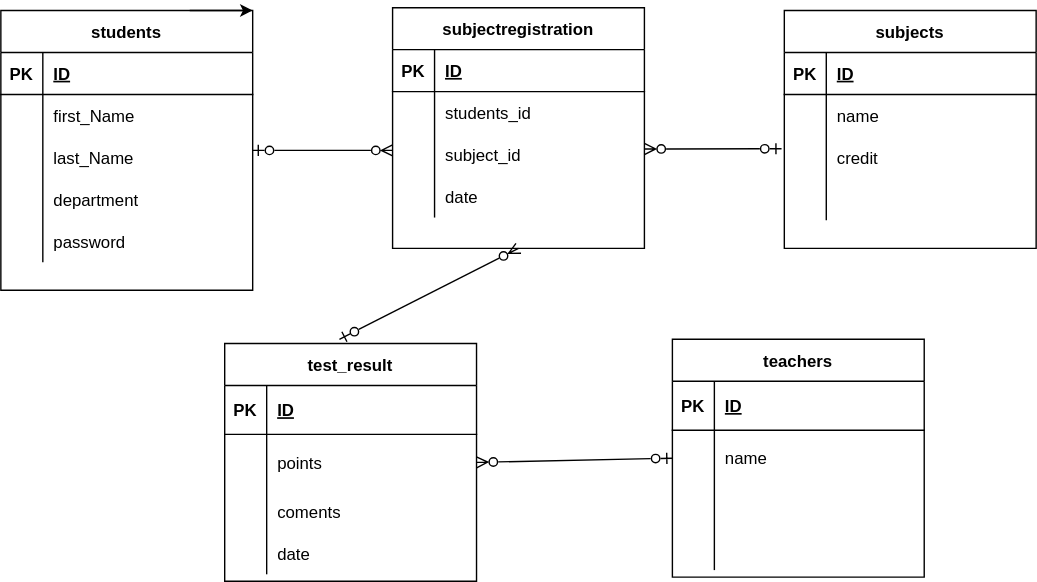
This is index.drawio.svg from nsbn65/20221013saito, a draw.io export, as it was before one commit. Source tidied: cells renumbered, new cells last; positions are measured from the earlier drawing's top-left corner, leaving out a move shared by most shapes.
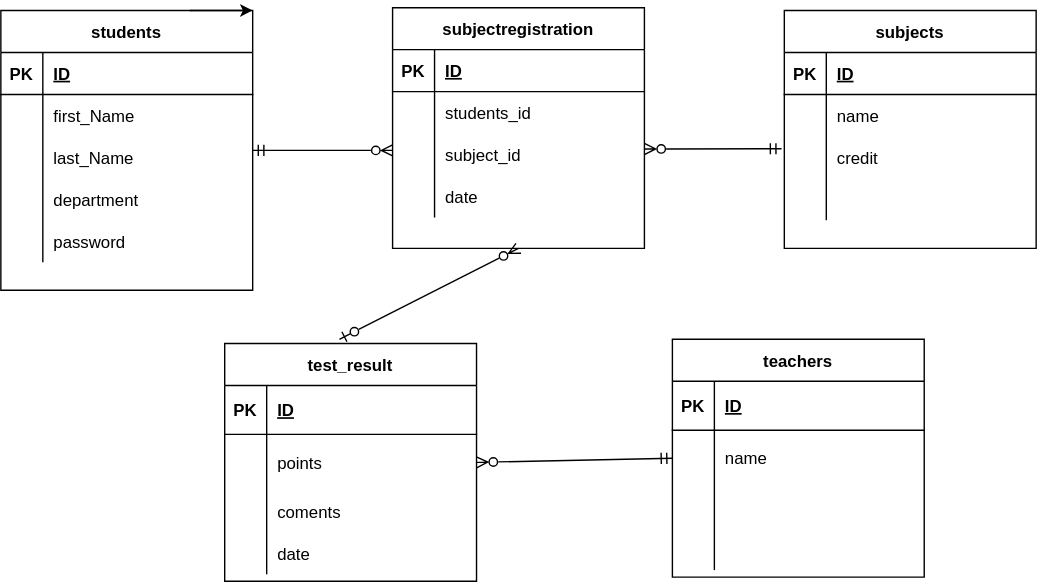
Later version of the same file.

Diff of the diagram source:
```diff
@@ -138,18 +138,18 @@
     <mxCell id="45" value="date" style="shape=partialRectangle;fillColor=none;top=0;left=0;bottom=0;right=0;align=left;spacingLeft=6;overflow=hidden;" parent="43" vertex="1">
       <mxGeometry x="30" width="150" height="30" as="geometry" />
     </mxCell>
-    <mxCell id="46" style="edgeStyle=none;html=1;endArrow=ERzeroToMany;endFill=0;startArrow=ERzeroToOne;startFill=0;" parent="1" edge="1">
+    <mxCell id="46" style="edgeStyle=none;html=1;endArrow=ERzeroToMany;endFill=0;startArrow=ERmandOne;startFill=0;" parent="1" edge="1">
       <mxGeometry relative="1" as="geometry">
         <mxPoint x="180" y="102" as="sourcePoint" />
         <mxPoint x="280" y="102" as="targetPoint" />
       </mxGeometry>
     </mxCell>
-    <mxCell id="47" style="edgeStyle=none;html=1;startArrow=ERzeroToMany;startFill=0;endArrow=ERzeroToOne;endFill=0;entryX=-0.011;entryY=0.294;entryDx=0;entryDy=0;entryPerimeter=0;" parent="1" edge="1" target="25">
+    <mxCell id="47" style="edgeStyle=none;html=1;startArrow=ERzeroToMany;startFill=0;endArrow=ERmandOne;endFill=0;entryX=-0.011;entryY=0.294;entryDx=0;entryDy=0;entryPerimeter=0;" parent="1" edge="1" target="25">
       <mxGeometry relative="1" as="geometry">
         <mxPoint x="460" y="101" as="sourcePoint" />
       </mxGeometry>
     </mxCell>
-    <mxCell id="48" style="edgeStyle=none;html=1;startArrow=ERzeroToOne;startFill=0;endArrow=ERzeroToMany;endFill=0;entryX=1;entryY=0.5;entryDx=0;entryDy=0;exitX=0;exitY=0.5;exitDx=0;exitDy=0;" parent="1" edge="1" source="66" target="53">
+    <mxCell id="48" style="edgeStyle=none;html=1;startArrow=ERmandOne;startFill=0;endArrow=ERzeroToMany;endFill=0;entryX=1;entryY=0.5;entryDx=0;entryDy=0;exitX=0;exitY=0.5;exitDx=0;exitDy=0;" parent="1" edge="1" source="66" target="53">
       <mxGeometry relative="1" as="geometry" />
     </mxCell>
     <mxCell id="49" value="test_result" style="shape=table;startSize=30;rowLines=0;fontStyle=1;align=center;" parent="1" vertex="1">
```
